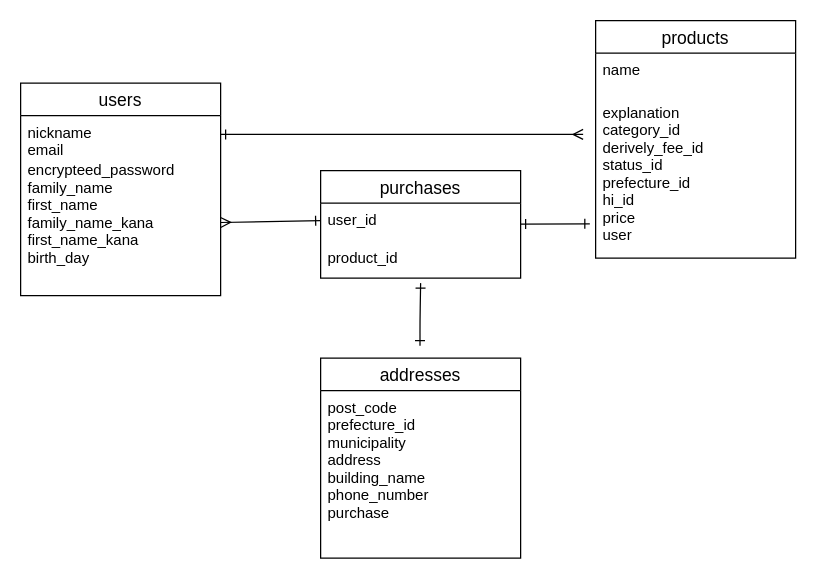
This is app/views/DB.dio from shunshun7676/furima-38341, a draw.io file, before an edit. Source tidied: cells renumbered, new cells numbered last; positions are measured from the earlier drawing's top-left corner, leaving out a move shared by most shapes. Both pictures are drawn from the tidied source at 125%, with x=0, y=0 at pixel (20, 20).
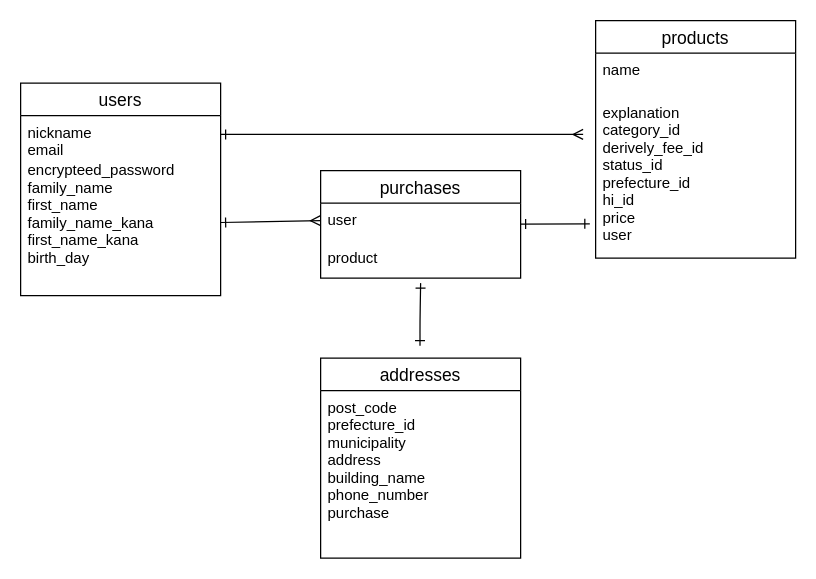
After the change.

The change refers to these unchanged cells:
```xml
<mxCell id="4" value="encrypteed_password&#10;family_name&#10;first_name&#10;family_name_kana&#10;first_name_kana&#10;birth_day&#10;" style="text;strokeColor=none;fillColor=none;spacingLeft=4;spacingRight=4;overflow=hidden;points=[[0,0.5],[1,0.5]];portConstraint=eastwest;fontSize=12;" parent="2" vertex="1">
  <mxGeometry y="56" width="160" height="114" as="geometry" />
</mxCell>
<mxCell id="11" value="purchases" style="swimlane;fontStyle=0;horizontal=1;startSize=26;align=center;fontSize=14;" parent="1" vertex="1">
  <mxGeometry x="240" y="120" width="160" height="86" as="geometry" />
</mxCell>
```

What changed in the source:
```diff
@@
-    <mxCell id="12" value="user_id" style="text;strokeColor=none;fillColor=none;spacingLeft=4;spacingRight=4;overflow=hidden;fontSize=12;" parent="11" vertex="1">
+    <mxCell id="12" value="user" style="text;strokeColor=none;fillColor=none;spacingLeft=4;spacingRight=4;overflow=hidden;fontSize=12;" parent="11" vertex="1">
       <mxGeometry y="26" width="160" height="30" as="geometry" />
     </mxCell>
-    <mxCell id="13" value="product_id" style="text;strokeColor=none;fillColor=none;spacingLeft=4;spacingRight=4;overflow=hidden;fontSize=12;" parent="11" vertex="1">
+    <mxCell id="13" value="product" style="text;strokeColor=none;fillColor=none;spacingLeft=4;spacingRight=4;overflow=hidden;fontSize=12;" parent="11" vertex="1">
       <mxGeometry y="56" width="160" height="30" as="geometry" />
     </mxCell>
-    <mxCell id="14" style="edgeStyle=none;html=1;startArrow=ERone;startFill=0;endArrow=ERmany;endFill=0;" parent="1" edge="1" target="4">
+    <mxCell id="14" style="edgeStyle=none;html=1;startArrow=ERmany;startFill=0;endArrow=ERone;endFill=0;" parent="1" edge="1" target="4">
       <mxGeometry relative="1" as="geometry">
         <mxPoint x="240" y="160" as="sourcePoint" />
       </mxGeometry>
     </mxCell>
```
